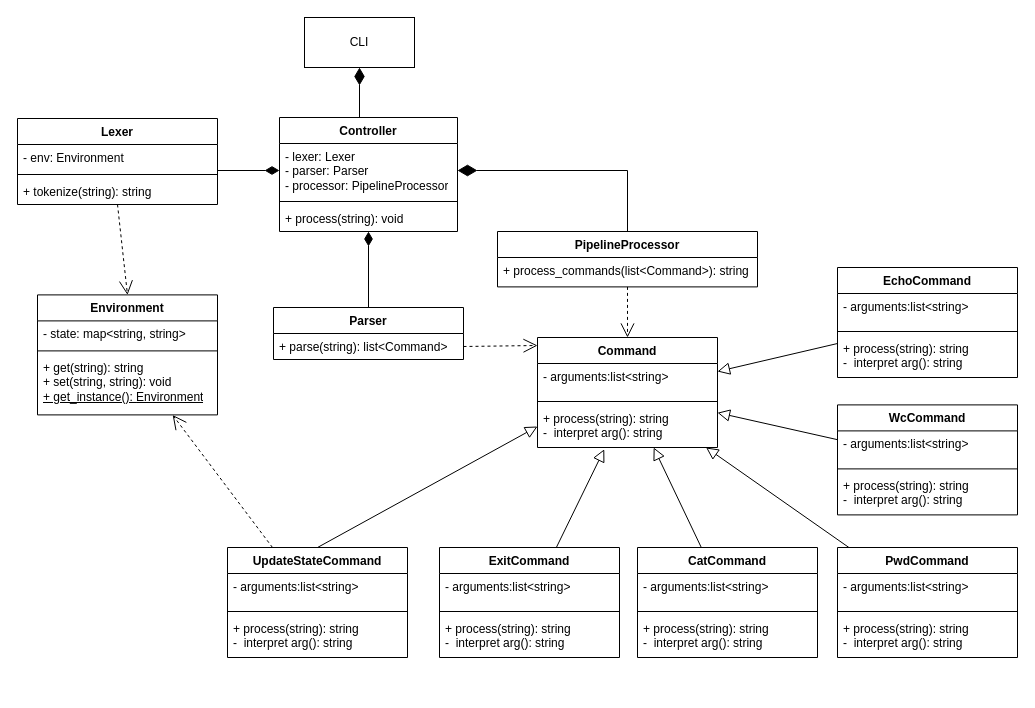
The draw.io diagram architecture.drawio in Eevangelion/ISArchitecture-Design, before the edit. Source tidied: cells renumbered, new cells numbered last; positions are measured from the earlier drawing's top-left corner, leaving out a move shared by most shapes. Both pictures are drawn from the tidied source at 100%, with x=0, y=0 at pixel (17, 17).
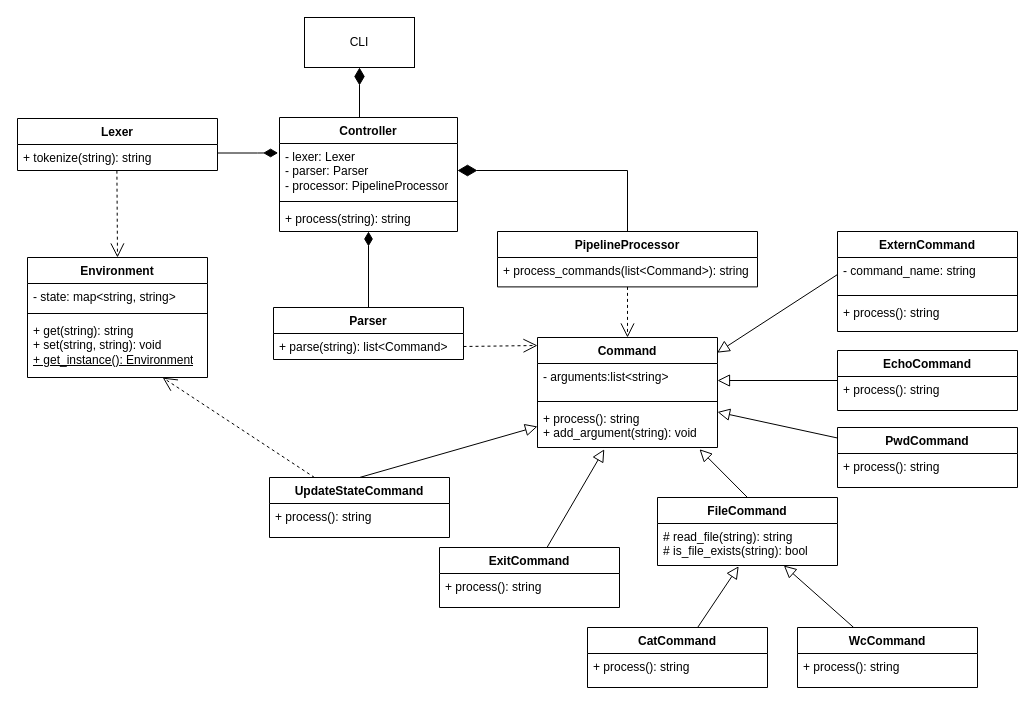
Above is the later version.

Unchanged cells that the change refers to:
```xml
<mxCell id="3" value="Controller" style="swimlane;fontStyle=1;align=center;verticalAlign=top;horizontal=1;startSize=26;whiteSpace=wrap;html=1;" parent="1" vertex="1">
  <mxGeometry x="262" y="100" width="178" height="114" as="geometry" />
</mxCell>
<mxCell id="4" value="- lexer: Lexer&lt;div&gt;- parser: Parser&lt;/div&gt;&lt;div&gt;- processor: PipelineProcessor&lt;/div&gt;" style="text;strokeColor=none;fillColor=none;align=left;verticalAlign=top;spacingLeft=4;spacingRight=4;overflow=hidden;points=[[0,0.5],[1,0.5]];portConstraint=eastwest;whiteSpace=wrap;html=1;" parent="3" vertex="1">
  <mxGeometry y="26" width="178" height="54" as="geometry" />
</mxCell>
<mxCell id="22" value="Command" style="swimlane;fontStyle=1;align=center;verticalAlign=top;horizontal=1;startSize=26;whiteSpace=wrap;html=1;" parent="1" vertex="1">
  <mxGeometry x="520" y="320" width="180" height="110" as="geometry" />
</mxCell>
<mxCell id="23" value="- arguments:list&amp;lt;string&amp;gt;" style="text;strokeColor=none;fillColor=none;align=left;verticalAlign=top;spacingLeft=4;spacingRight=4;overflow=hidden;points=[[0,0.5],[1,0.5]];portConstraint=eastwest;whiteSpace=wrap;html=1;" parent="22" vertex="1">
  <mxGeometry y="26" width="180" height="34" as="geometry" />
</mxCell>
```

Change to the diagram source:
```diff
@@
-    <mxCell id="6" value="+ process(string): void" style="text;strokeColor=none;fillColor=none;align=left;verticalAlign=top;spacingLeft=4;spacingRight=4;overflow=hidden;whiteSpace=wrap;html=1;" parent="3" vertex="1">
+    <mxCell id="6" value="+ process(string): string" style="text;strokeColor=none;fillColor=none;align=left;verticalAlign=top;spacingLeft=4;spacingRight=4;overflow=hidden;whiteSpace=wrap;html=1;" parent="3" vertex="1">
       <mxGeometry y="88" width="178" height="26" as="geometry" />
     </mxCell>
@@
     <mxCell id="8" value="Lexer" style="swimlane;fontStyle=1;align=center;verticalAlign=top;horizontal=1;startSize=26;whiteSpace=wrap;html=1;" parent="1" vertex="1">
-      <mxGeometry y="101" width="200" height="86" as="geometry" />
+      <mxGeometry y="101" width="200" height="52" as="geometry" />
     </mxCell>
-    <mxCell id="9" value="- env: Environment" style="text;strokeColor=none;fillColor=none;align=left;verticalAlign=top;spacingLeft=4;spacingRight=4;overflow=hidden;whiteSpace=wrap;html=1;" parent="8" vertex="1">
-      <mxGeometry y="26" width="200" height="26" as="geometry" />
-    </mxCell>
-    <mxCell id="10" style="line;strokeWidth=1;fillColor=none;align=left;verticalAlign=middle;spacingTop=-1;spacingLeft=3;spacingRight=3;labelPosition=right;strokeColor=inherit;" parent="8" vertex="1">
-      <mxGeometry y="52" width="200" height="8" as="geometry" />
-    </mxCell>
     <mxCell id="11" value="+ tokenize(string): string" style="text;strokeColor=none;fillColor=none;align=left;verticalAlign=top;spacingLeft=4;spacingRight=4;overflow=hidden;points=[[0,0.5],[1,0.5]];portConstraint=eastwest;whiteSpace=wrap;html=1;" parent="8" vertex="1">
-      <mxGeometry y="60" width="200" height="26" as="geometry" />
+      <mxGeometry y="26" width="200" height="26" as="geometry" />
     </mxCell>
@@
     <mxCell id="18" value="Environment" style="swimlane;fontStyle=1;align=center;verticalAlign=top;horizontal=1;startSize=26;whiteSpace=wrap;html=1;" parent="1" vertex="1">
-      <mxGeometry x="20" y="277.4" width="180" height="120" as="geometry" />
+      <mxGeometry x="10" y="240" width="180" height="120" as="geometry" />
     </mxCell>
@@
-    <mxCell id="25" value="+ process(string): string&lt;div&gt;-&amp;nbsp;&lt;span style=&quot;color: light-dark(rgb(0, 0, 0), rgb(255, 255, 255)); background-color: transparent;&quot; class=&quot;Apple-converted-space&quot;&gt;&amp;nbsp;&lt;/span&gt;&lt;span style=&quot;color: light-dark(rgb(0, 0, 0), rgb(255, 255, 255)); background-color: transparent;&quot;&gt;interpret arg(): string&lt;/span&gt;&lt;/div&gt;" style="text;strokeColor=none;fillColor=none;align=left;verticalAlign=top;spacingLeft=4;spacingRight=4;overflow=hidden;points=[[0,0.5],[1,0.5]];portConstraint=eastwest;whiteSpace=wrap;html=1;" parent="22" vertex="1">
+    <mxCell id="25" value="+ process(): string&lt;div&gt;+&amp;nbsp;&lt;span style=&quot;background-color: transparent;&quot;&gt;add_argument&lt;font style=&quot;color: rgb(0, 0, 0);&quot;&gt;(&lt;/font&gt;&lt;/span&gt;&lt;span style=&quot;background-color: transparent; color: light-dark(rgb(0, 0, 0), rgb(255, 255, 255));&quot;&gt;string): void&lt;/span&gt;&lt;/div&gt;" style="text;strokeColor=none;fillColor=none;align=left;verticalAlign=top;spacingLeft=4;spacingRight=4;overflow=hidden;points=[[0,0.5],[1,0.5]];portConstraint=eastwest;whiteSpace=wrap;html=1;" parent="22" vertex="1">
       <mxGeometry y="68" width="180" height="42" as="geometry" />
     </mxCell>
@@
     <mxCell id="27" value="EchoCommand" style="swimlane;fontStyle=1;align=center;verticalAlign=top;horizontal=1;startSize=26;whiteSpace=wrap;html=1;" parent="1" vertex="1">
-      <mxGeometry x="820" y="250" width="180" height="110" as="geometry" />
+      <mxGeometry x="820" y="333" width="180" height="60" as="geometry" />
     </mxCell>
-    <mxCell id="28" value="- arguments:list&amp;lt;string&amp;gt;" style="text;strokeColor=none;fillColor=none;align=left;verticalAlign=top;spacingLeft=4;spacingRight=4;overflow=hidden;whiteSpace=wrap;html=1;" parent="27" vertex="1">
-      <mxGeometry y="26" width="180" height="34" as="geometry" />
-    </mxCell>
-    <mxCell id="29" style="line;strokeWidth=1;fillColor=none;align=left;verticalAlign=middle;spacingTop=-1;spacingLeft=3;spacingRight=3;labelPosition=right;strokeColor=inherit;" parent="27" vertex="1">
-      <mxGeometry y="60" width="180" height="8" as="geometry" />
-    </mxCell>
-    <mxCell id="30" value="+ process(string): string&lt;div&gt;-&amp;nbsp;&lt;span style=&quot;color: light-dark(rgb(0, 0, 0), rgb(255, 255, 255)); background-color: transparent;&quot; class=&quot;Apple-converted-space&quot;&gt;&amp;nbsp;&lt;/span&gt;&lt;span style=&quot;color: light-dark(rgb(0, 0, 0), rgb(255, 255, 255)); background-color: transparent;&quot;&gt;interpret arg(): string&lt;/span&gt;&lt;/div&gt;" style="text;strokeColor=none;fillColor=none;align=left;verticalAlign=top;spacingLeft=4;spacingRight=4;overflow=hidden;whiteSpace=wrap;html=1;" parent="27" vertex="1">
-      <mxGeometry y="68" width="180" height="42" as="geometry" />
+    <mxCell id="30" value="+ process(): string" style="text;strokeColor=none;fillColor=none;align=left;verticalAlign=top;spacingLeft=4;spacingRight=4;overflow=hidden;whiteSpace=wrap;html=1;" parent="27" vertex="1">
+      <mxGeometry y="26" width="180" height="34" as="geometry" />
     </mxCell>
     <mxCell id="31" value="WcCommand" style="swimlane;fontStyle=1;align=center;verticalAlign=top;horizontal=1;startSize=26;whiteSpace=wrap;html=1;" parent="1" vertex="1">
-      <mxGeometry x="820" y="387.4" width="180" height="110" as="geometry" />
+      <mxGeometry x="780" y="610" width="180" height="60" as="geometry" />
     </mxCell>
-    <mxCell id="32" value="- arguments:list&amp;lt;string&amp;gt;" style="text;strokeColor=none;fillColor=none;align=left;verticalAlign=top;spacingLeft=4;spacingRight=4;overflow=hidden;whiteSpace=wrap;html=1;" parent="31" vertex="1">
-      <mxGeometry y="26" width="180" height="34" as="geometry" />
-    </mxCell>
-    <mxCell id="33" style="line;strokeWidth=1;fillColor=none;align=left;verticalAlign=middle;spacingTop=-1;spacingLeft=3;spacingRight=3;labelPosition=right;strokeColor=inherit;" parent="31" vertex="1">
-      <mxGeometry y="60" width="180" height="8" as="geometry" />
-    </mxCell>
-    <mxCell id="34" value="+ process(string): string&lt;div&gt;-&amp;nbsp;&lt;span style=&quot;color: light-dark(rgb(0, 0, 0), rgb(255, 255, 255)); background-color: transparent;&quot; class=&quot;Apple-converted-space&quot;&gt;&amp;nbsp;&lt;/span&gt;&lt;span style=&quot;color: light-dark(rgb(0, 0, 0), rgb(255, 255, 255)); background-color: transparent;&quot;&gt;interpret arg(): string&lt;/span&gt;&lt;/div&gt;" style="text;strokeColor=none;fillColor=none;align=left;verticalAlign=top;spacingLeft=4;spacingRight=4;overflow=hidden;whiteSpace=wrap;html=1;" parent="31" vertex="1">
-      <mxGeometry y="68" width="180" height="42" as="geometry" />
+    <mxCell id="34" value="+ process(): string" style="text;strokeColor=none;fillColor=none;align=left;verticalAlign=top;spacingLeft=4;spacingRight=4;overflow=hidden;whiteSpace=wrap;html=1;" parent="31" vertex="1">
+      <mxGeometry y="26" width="180" height="34" as="geometry" />
     </mxCell>
     <mxCell id="35" value="PwdCommand" style="swimlane;fontStyle=1;align=center;verticalAlign=top;horizontal=1;startSize=26;whiteSpace=wrap;html=1;" parent="1" vertex="1">
-      <mxGeometry x="820" y="530" width="180" height="110" as="geometry" />
+      <mxGeometry x="820" y="410" width="180" height="60" as="geometry" />
     </mxCell>
-    <mxCell id="36" value="- arguments:list&amp;lt;string&amp;gt;" style="text;strokeColor=none;fillColor=none;align=left;verticalAlign=top;spacingLeft=4;spacingRight=4;overflow=hidden;whiteSpace=wrap;html=1;" parent="35" vertex="1">
-      <mxGeometry y="26" width="180" height="34" as="geometry" />
-    </mxCell>
-    <mxCell id="37" style="line;strokeWidth=1;fillColor=none;align=left;verticalAlign=middle;spacingTop=-1;spacingLeft=3;spacingRight=3;labelPosition=right;strokeColor=inherit;" parent="35" vertex="1">
-      <mxGeometry y="60" width="180" height="8" as="geometry" />
-    </mxCell>
-    <mxCell id="38" value="+ process(string): string&lt;div&gt;-&amp;nbsp;&lt;span style=&quot;color: light-dark(rgb(0, 0, 0), rgb(255, 255, 255)); background-color: transparent;&quot; class=&quot;Apple-converted-space&quot;&gt;&amp;nbsp;&lt;/span&gt;&lt;span style=&quot;color: light-dark(rgb(0, 0, 0), rgb(255, 255, 255)); background-color: transparent;&quot;&gt;interpret arg(): string&lt;/span&gt;&lt;/div&gt;" style="text;strokeColor=none;fillColor=none;align=left;verticalAlign=top;spacingLeft=4;spacingRight=4;overflow=hidden;whiteSpace=wrap;html=1;" parent="35" vertex="1">
-      <mxGeometry y="68" width="180" height="42" as="geometry" />
+    <mxCell id="38" value="+ process(): string" style="text;strokeColor=none;fillColor=none;align=left;verticalAlign=top;spacingLeft=4;spacingRight=4;overflow=hidden;whiteSpace=wrap;html=1;" parent="35" vertex="1">
+      <mxGeometry y="26" width="180" height="34" as="geometry" />
     </mxCell>
     <mxCell id="39" value="CatCommand" style="swimlane;fontStyle=1;align=center;verticalAlign=top;horizontal=1;startSize=26;whiteSpace=wrap;html=1;" parent="1" vertex="1">
-      <mxGeometry x="620" y="530" width="180" height="110" as="geometry" />
+      <mxGeometry x="570" y="610" width="180" height="60" as="geometry" />
     </mxCell>
-    <mxCell id="40" value="- arguments:list&amp;lt;string&amp;gt;" style="text;strokeColor=none;fillColor=none;align=left;verticalAlign=top;spacingLeft=4;spacingRight=4;overflow=hidden;whiteSpace=wrap;html=1;" parent="39" vertex="1">
-      <mxGeometry y="26" width="180" height="34" as="geometry" />
-    </mxCell>
-    <mxCell id="41" style="line;strokeWidth=1;fillColor=none;align=left;verticalAlign=middle;spacingTop=-1;spacingLeft=3;spacingRight=3;labelPosition=right;strokeColor=inherit;" parent="39" vertex="1">
-      <mxGeometry y="60" width="180" height="8" as="geometry" />
-    </mxCell>
-    <mxCell id="42" value="+ process(string): string&lt;div&gt;-&amp;nbsp;&lt;span style=&quot;color: light-dark(rgb(0, 0, 0), rgb(255, 255, 255)); background-color: transparent;&quot; class=&quot;Apple-converted-space&quot;&gt;&amp;nbsp;&lt;/span&gt;&lt;span style=&quot;color: light-dark(rgb(0, 0, 0), rgb(255, 255, 255)); background-color: transparent;&quot;&gt;interpret arg(): string&lt;/span&gt;&lt;/div&gt;" style="text;strokeColor=none;fillColor=none;align=left;verticalAlign=top;spacingLeft=4;spacingRight=4;overflow=hidden;whiteSpace=wrap;html=1;" parent="39" vertex="1">
-      <mxGeometry y="68" width="180" height="42" as="geometry" />
+    <mxCell id="42" value="+ process(): string" style="text;strokeColor=none;fillColor=none;align=left;verticalAlign=top;spacingLeft=4;spacingRight=4;overflow=hidden;whiteSpace=wrap;html=1;" parent="39" vertex="1">
+      <mxGeometry y="26" width="180" height="34" as="geometry" />
     </mxCell>
     <mxCell id="43" value="ExitCommand" style="swimlane;fontStyle=1;align=center;verticalAlign=top;horizontal=1;startSize=26;whiteSpace=wrap;html=1;" parent="1" vertex="1">
-      <mxGeometry x="422" y="530" width="180" height="110" as="geometry" />
+      <mxGeometry x="422" y="530" width="180" height="60" as="geometry" />
     </mxCell>
-    <mxCell id="44" value="- arguments:list&amp;lt;string&amp;gt;" style="text;strokeColor=none;fillColor=none;align=left;verticalAlign=top;spacingLeft=4;spacingRight=4;overflow=hidden;whiteSpace=wrap;html=1;" parent="43" vertex="1">
-      <mxGeometry y="26" width="180" height="34" as="geometry" />
-    </mxCell>
-    <mxCell id="45" style="line;strokeWidth=1;fillColor=none;align=left;verticalAlign=middle;spacingTop=-1;spacingLeft=3;spacingRight=3;labelPosition=right;strokeColor=inherit;" parent="43" vertex="1">
-      <mxGeometry y="60" width="180" height="8" as="geometry" />
-    </mxCell>
-    <mxCell id="46" value="+ process(string): string&lt;div&gt;-&amp;nbsp;&lt;span style=&quot;color: light-dark(rgb(0, 0, 0), rgb(255, 255, 255)); background-color: transparent;&quot; class=&quot;Apple-converted-space&quot;&gt;&amp;nbsp;&lt;/span&gt;&lt;span style=&quot;color: light-dark(rgb(0, 0, 0), rgb(255, 255, 255)); background-color: transparent;&quot;&gt;interpret arg(): string&lt;/span&gt;&lt;/div&gt;" style="text;strokeColor=none;fillColor=none;align=left;verticalAlign=top;spacingLeft=4;spacingRight=4;overflow=hidden;whiteSpace=wrap;html=1;" parent="43" vertex="1">
-      <mxGeometry y="68" width="180" height="42" as="geometry" />
+    <mxCell id="46" value="+ process(): string" style="text;strokeColor=none;fillColor=none;align=left;verticalAlign=top;spacingLeft=4;spacingRight=4;overflow=hidden;whiteSpace=wrap;html=1;" parent="43" vertex="1">
+      <mxGeometry y="26" width="180" height="34" as="geometry" />
     </mxCell>
-    <mxCell id="47" style="endArrow=diamondThin;html=1;endSize=12;startArrow=none;startSize=14;startFill=0;edgeStyle=orthogonalEdgeStyle;align=left;verticalAlign=bottom;rounded=0;endFill=1;entryX=0;entryY=0.5;entryDx=0;entryDy=0;" parent="1" edge="1" source="8" target="4">
+    <mxCell id="47" style="endArrow=diamondThin;html=1;endSize=12;startArrow=none;startSize=14;startFill=0;edgeStyle=orthogonalEdgeStyle;align=left;verticalAlign=bottom;rounded=0;endFill=1;entryX=-0.008;entryY=0.175;entryDx=0;entryDy=0;entryPerimeter=0;" parent="1" edge="1" source="8" target="4">
       <mxGeometry x="-0.51" y="-13" relative="1" as="geometry">
         <Array as="points">
-          <mxPoint x="200" y="153" />
-          <mxPoint x="200" y="153" />
+          <mxPoint x="240" y="135" />
         </Array>
       </mxGeometry>
     </mxCell>
@@
-    <mxCell id="49" value="&lt;br&gt;&lt;div&gt;&lt;br&gt;&lt;/div&gt;" style="endArrow=block;endSize=10;endFill=0;html=1;rounded=0;" parent="1" edge="1" source="39" target="22">
+    <mxCell id="49" value="&lt;br&gt;&lt;div&gt;&lt;br&gt;&lt;/div&gt;" style="endArrow=block;endSize=10;endFill=0;html=1;rounded=0;entryX=0.451;entryY=1.018;entryDx=0;entryDy=0;entryPerimeter=0;" parent="1" edge="1" source="39" target="62">
       <mxGeometry relative="1" as="geometry" />
     </mxCell>
@@
-    <mxCell id="51" value="&lt;br&gt;&lt;div&gt;&lt;br&gt;&lt;/div&gt;" style="endArrow=block;endSize=10;endFill=0;html=1;rounded=0;" parent="1" edge="1" source="31" target="22">
+    <mxCell id="51" value="&lt;br&gt;&lt;div&gt;&lt;br&gt;&lt;/div&gt;" style="endArrow=block;endSize=10;endFill=0;html=1;rounded=0;entryX=0.702;entryY=1;entryDx=0;entryDy=0;entryPerimeter=0;" parent="1" edge="1" source="31" target="62">
       <mxGeometry relative="1" as="geometry" />
     </mxCell>
-    <mxCell id="52" value="&lt;br&gt;&lt;div&gt;&lt;br&gt;&lt;/div&gt;" style="endArrow=block;endSize=10;endFill=0;html=1;rounded=0;" parent="1" edge="1" source="27" target="22">
+    <mxCell id="52" value="&lt;br&gt;&lt;div&gt;&lt;br&gt;&lt;/div&gt;" style="endArrow=block;endSize=10;endFill=0;html=1;rounded=0;entryX=1;entryY=0.5;entryDx=0;entryDy=0;" parent="1" edge="1" source="27" target="23">
       <mxGeometry relative="1" as="geometry" />
     </mxCell>
     <mxCell id="53" value="UpdateStateCommand" style="swimlane;fontStyle=1;align=center;verticalAlign=top;horizontal=1;startSize=26;whiteSpace=wrap;html=1;" parent="1" vertex="1">
-      <mxGeometry x="210" y="530" width="180" height="110" as="geometry" />
+      <mxGeometry x="252" y="460" width="180" height="60" as="geometry" />
     </mxCell>
-    <mxCell id="54" value="- arguments:list&amp;lt;string&amp;gt;" style="text;strokeColor=none;fillColor=none;align=left;verticalAlign=top;spacingLeft=4;spacingRight=4;overflow=hidden;whiteSpace=wrap;html=1;" parent="53" vertex="1">
-      <mxGeometry y="26" width="180" height="34" as="geometry" />
-    </mxCell>
-    <mxCell id="55" style="line;strokeWidth=1;fillColor=none;align=left;verticalAlign=middle;spacingTop=-1;spacingLeft=3;spacingRight=3;labelPosition=right;strokeColor=inherit;" parent="53" vertex="1">
-      <mxGeometry y="60" width="180" height="8" as="geometry" />
-    </mxCell>
-    <mxCell id="56" value="+ process(string): string&lt;div&gt;-&amp;nbsp;&lt;span style=&quot;background-color: transparent; color: light-dark(rgb(0, 0, 0), rgb(255, 255, 255));&quot; class=&quot;Apple-converted-space&quot;&gt;&amp;nbsp;&lt;/span&gt;&lt;span style=&quot;background-color: transparent; color: light-dark(rgb(0, 0, 0), rgb(255, 255, 255));&quot;&gt;interpret arg(): string&lt;/span&gt;&lt;/div&gt;" style="text;strokeColor=none;fillColor=none;align=left;verticalAlign=top;spacingLeft=4;spacingRight=4;overflow=hidden;whiteSpace=wrap;html=1;" parent="53" vertex="1">
-      <mxGeometry y="68" width="180" height="42" as="geometry" />
+    <mxCell id="56" value="+ process(): string" style="text;strokeColor=none;fillColor=none;align=left;verticalAlign=top;spacingLeft=4;spacingRight=4;overflow=hidden;whiteSpace=wrap;html=1;" parent="53" vertex="1">
+      <mxGeometry y="26" width="180" height="34" as="geometry" />
     </mxCell>
@@
-    <mxCell id="59" style="endArrow=open;endFill=1;endSize=12;html=1;rounded=0;dashed=1;strokeColor=default;exitX=0.5;exitY=0;exitDx=0;exitDy=0;entryX=0.5;entryY=0;entryDx=0;entryDy=0;" parent="1" edge="1" target="18">
-      <mxGeometry relative="1" as="geometry">
-        <mxPoint x="100" y="187" as="sourcePoint" />
-      </mxGeometry>
+    <mxCell id="59" style="endArrow=open;endFill=1;endSize=12;html=1;rounded=0;dashed=1;strokeColor=default;exitX=0.497;exitY=1.007;exitDx=0;exitDy=0;entryX=0.5;entryY=0;entryDx=0;entryDy=0;exitPerimeter=0;" parent="1" edge="1" source="11" target="18">
+      <mxGeometry relative="1" as="geometry" />
     </mxCell>
@@
+    <mxCell id="61" value="FileCommand" style="swimlane;fontStyle=1;align=center;verticalAlign=top;horizontal=1;startSize=26;whiteSpace=wrap;html=1;" parent="1" vertex="1">
+      <mxGeometry x="640" y="480" width="180" height="68" as="geometry" />
+    </mxCell>
+    <mxCell id="62" value="# read_file(string): string&lt;br&gt;&lt;div&gt;&lt;span style=&quot;background-color: transparent; color: light-dark(rgb(0, 0, 0), rgb(255, 255, 255));&quot;&gt;#&lt;/span&gt;&lt;span style=&quot;background-color: transparent;&quot;&gt;&amp;nbsp;is_file_exists(&lt;/span&gt;&lt;span style=&quot;background-color: transparent; color: light-dark(rgb(0, 0, 0), rgb(255, 255, 255));&quot;&gt;string&lt;/span&gt;&lt;span style=&quot;background-color: transparent; color: light-dark(rgb(0, 0, 0), rgb(255, 255, 255));&quot;&gt;):&lt;/span&gt;&lt;font style=&quot;background-color: transparent;&quot;&gt;&amp;nbsp;&lt;/font&gt;&lt;font style=&quot;background-color: transparent; color: rgb(0, 0, 0);&quot;&gt;bool&lt;/font&gt;&lt;/div&gt;" style="text;strokeColor=none;fillColor=none;align=left;verticalAlign=top;spacingLeft=4;spacingRight=4;overflow=hidden;points=[[0,0.5],[1,0.5]];portConstraint=eastwest;whiteSpace=wrap;html=1;" parent="61" vertex="1">
+      <mxGeometry y="26" width="180" height="42" as="geometry" />
+    </mxCell>
+    <mxCell id="63" value="&lt;br&gt;&lt;div&gt;&lt;br&gt;&lt;/div&gt;" style="endArrow=block;endSize=10;endFill=0;html=1;rounded=0;exitX=0.5;exitY=0;exitDx=0;exitDy=0;entryX=0.9;entryY=1.041;entryDx=0;entryDy=0;entryPerimeter=0;" parent="1" edge="1" source="61" target="25">
+      <mxGeometry relative="1" as="geometry" />
+    </mxCell>
+    <mxCell id="64" value="&lt;br&gt;&lt;div&gt;&lt;br&gt;&lt;/div&gt;" style="endArrow=block;endSize=10;endFill=0;html=1;rounded=0;entryX=0.998;entryY=0.138;entryDx=0;entryDy=0;entryPerimeter=0;exitX=0;exitY=0.5;exitDx=0;exitDy=0;" parent="1" edge="1" source="66" target="22">
+      <mxGeometry relative="1" as="geometry" />
+    </mxCell>
+    <mxCell id="65" value="ExternCommand" style="swimlane;fontStyle=1;align=center;verticalAlign=top;horizontal=1;startSize=26;whiteSpace=wrap;html=1;" parent="1" vertex="1">
+      <mxGeometry x="820" y="214" width="180" height="100" as="geometry" />
+    </mxCell>
+    <mxCell id="66" value="- command_name: string" style="text;strokeColor=none;fillColor=none;align=left;verticalAlign=top;spacingLeft=4;spacingRight=4;overflow=hidden;points=[[0,0.5],[1,0.5]];portConstraint=eastwest;whiteSpace=wrap;html=1;" parent="65" vertex="1">
+      <mxGeometry y="26" width="180" height="34" as="geometry" />
+    </mxCell>
+    <mxCell id="67" style="line;strokeWidth=1;fillColor=none;align=left;verticalAlign=middle;spacingTop=-1;spacingLeft=3;spacingRight=3;labelPosition=right;strokeColor=inherit;" parent="65" vertex="1">
+      <mxGeometry y="60" width="180" height="8" as="geometry" />
+    </mxCell>
+    <mxCell id="68" value="+ process(): string" style="text;strokeColor=none;fillColor=none;align=left;verticalAlign=top;spacingLeft=4;spacingRight=4;overflow=hidden;whiteSpace=wrap;html=1;" parent="65" vertex="1">
+      <mxGeometry y="68" width="180" height="32" as="geometry" />
+    </mxCell>
```
